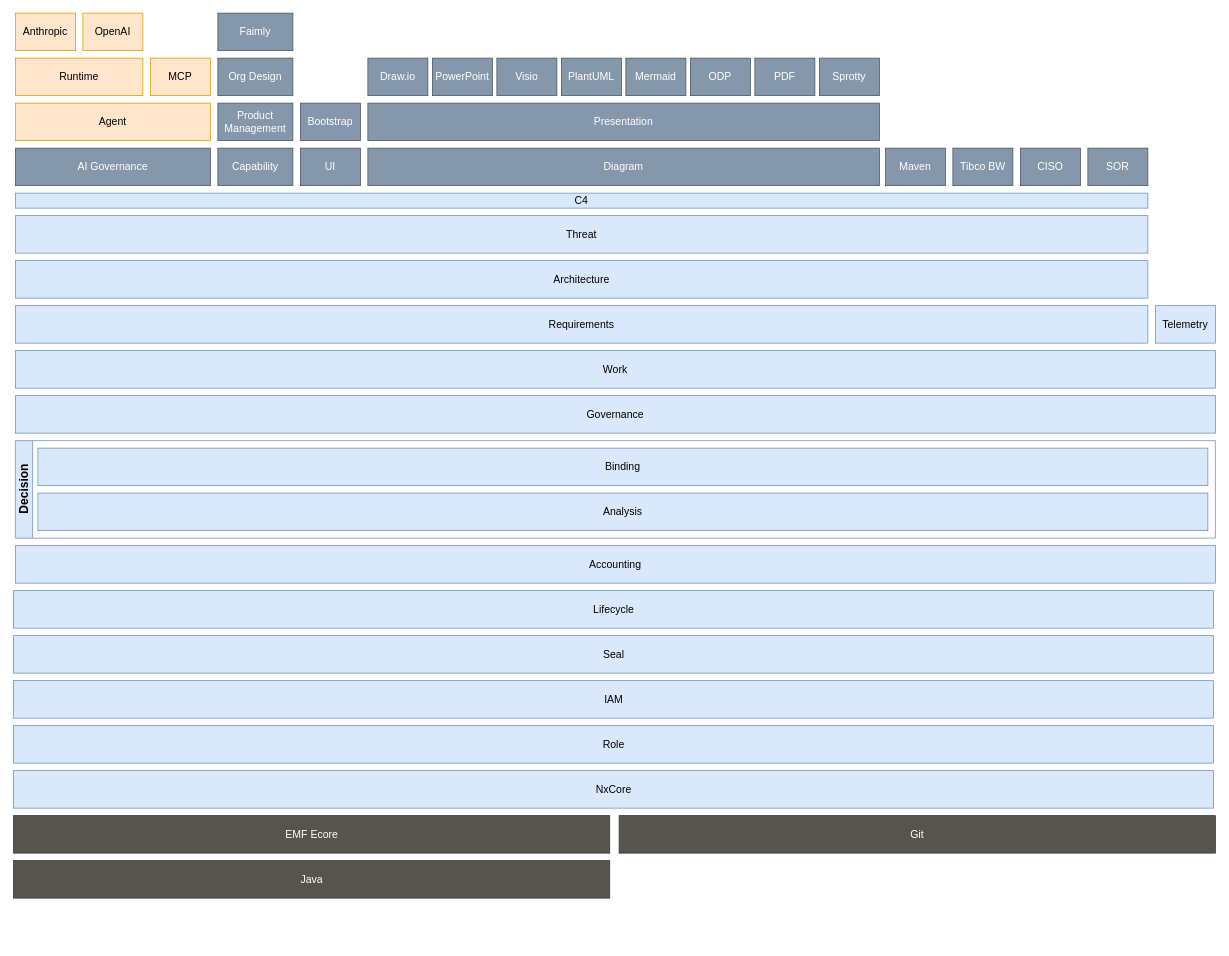
The draw.io diagram model-tower.drawio in Nasdanika/nasdanika.com, before the edit. Source tidied: cells renumbered, new cells numbered last; positions are measured from the earlier drawing's top-left corner, leaving out a move shared by most shapes. Both pictures are drawn from the tidied source at 75%, with x=0, y=0 at pixel (14, 13).
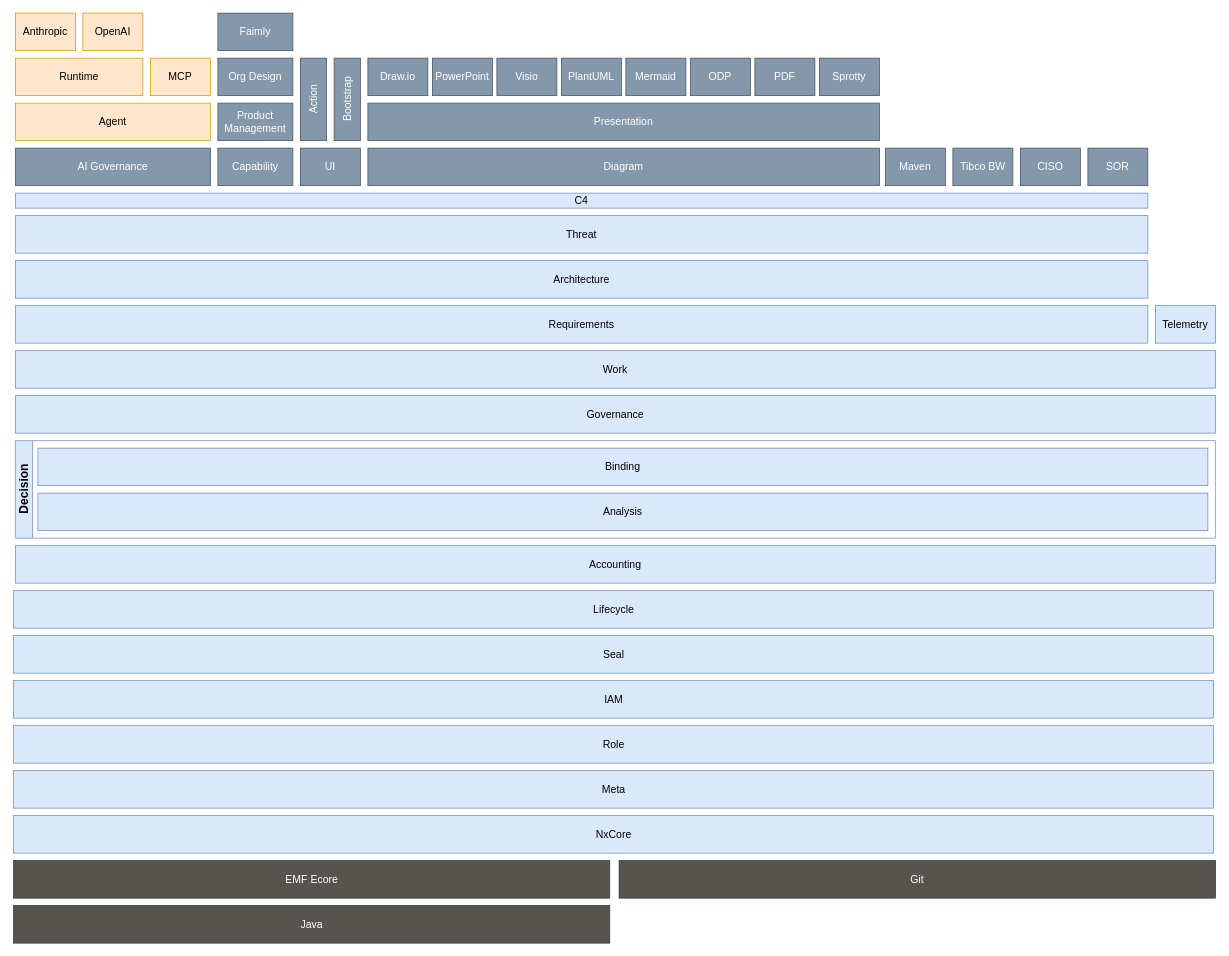
The same diagram, later.

What changed in the source:
```diff
@@
     <mxCell id="2" value="NxCore" style="rounded=0;whiteSpace=wrap;html=1;fillColor=#dae8fc;strokeColor=#6c8ebf;fontSize=14;" parent="1" vertex="1">
-      <mxGeometry x="-0.5" y="1010" width="1600" height="50" as="geometry" />
+      <mxGeometry x="-0.5" y="1070" width="1600" height="50" as="geometry" />
     </mxCell>
@@
-    <mxCell id="17" value="Bootstrap" style="rounded=0;whiteSpace=wrap;html=1;fillColor=#8598AB;strokeColor=#47515C;fontColor=#FFFFFF;fontSize=14;" parent="1" vertex="1">
-      <mxGeometry x="382" y="120" width="80" height="50" as="geometry" />
+    <mxCell id="17" value="Bootstrap" style="rounded=0;whiteSpace=wrap;html=1;fillColor=#8598AB;strokeColor=#47515C;fontColor=#FFFFFF;fontSize=14;rotation=0;horizontal=0;" parent="1" vertex="1">
+      <mxGeometry x="427" y="60" width="35" height="110" as="geometry" />
     </mxCell>
@@
-    <mxCell id="19" value="Product&lt;div&gt;Management&lt;/div&gt;" style="rounded=0;whiteSpace=wrap;html=1;fillColor=#8598AB;strokeColor=#47515C;fontColor=#FFFFFF;fontSize=14;" parent="1" vertex="1">
+    <mxCell id="19" value="Product&lt;div&gt;&lt;div&gt;Management&lt;/div&gt;&lt;/div&gt;" style="rounded=0;whiteSpace=wrap;html=1;fillColor=#8598AB;strokeColor=#47515C;fontColor=#FFFFFF;fontSize=14;" parent="1" vertex="1">
       <mxGeometry x="272" y="120" width="100" height="50" as="geometry" />
     </mxCell>
@@
     <mxCell id="30" value="Git" style="rounded=0;whiteSpace=wrap;html=1;fillColor=#57534E;fontColor=#ffffff;strokeColor=#363330;fontSize=14;" parent="1" vertex="1">
-      <mxGeometry x="807" y="1070" width="795" height="50" as="geometry" />
+      <mxGeometry x="807" y="1130" width="795" height="50" as="geometry" />
     </mxCell>
@@
     <mxCell id="33" value="EMF Ecore" style="rounded=0;whiteSpace=wrap;html=1;fillColor=#57534E;fontColor=#ffffff;strokeColor=#363330;fontSize=14;" parent="1" vertex="1">
-      <mxGeometry x="-0.5" y="1070" width="795" height="50" as="geometry" />
+      <mxGeometry x="-0.5" y="1130" width="795" height="50" as="geometry" />
     </mxCell>
     <mxCell id="34" value="Java" style="rounded=0;whiteSpace=wrap;html=1;fillColor=#57534E;fontColor=#ffffff;strokeColor=#363330;fontSize=14;" parent="1" vertex="1">
-      <mxGeometry x="-0.5" y="1130" width="795" height="50" as="geometry" />
+      <mxGeometry x="-0.5" y="1190" width="795" height="50" as="geometry" />
     </mxCell>
@@
+    <mxCell id="47" value="Action" style="rounded=0;whiteSpace=wrap;html=1;fillColor=#8598AB;strokeColor=#47515C;fontColor=#FFFFFF;fontSize=14;rotation=0;horizontal=0;" parent="1" vertex="1">
+      <mxGeometry x="382" y="60" width="35" height="110" as="geometry" />
+    </mxCell>
+    <mxCell id="48" value="Meta" style="rounded=0;whiteSpace=wrap;html=1;fillColor=#dae8fc;strokeColor=#6c8ebf;fontSize=14;" parent="1" vertex="1">
+      <mxGeometry x="-0.5" y="1010" width="1600" height="50" as="geometry" />
+    </mxCell>
```
